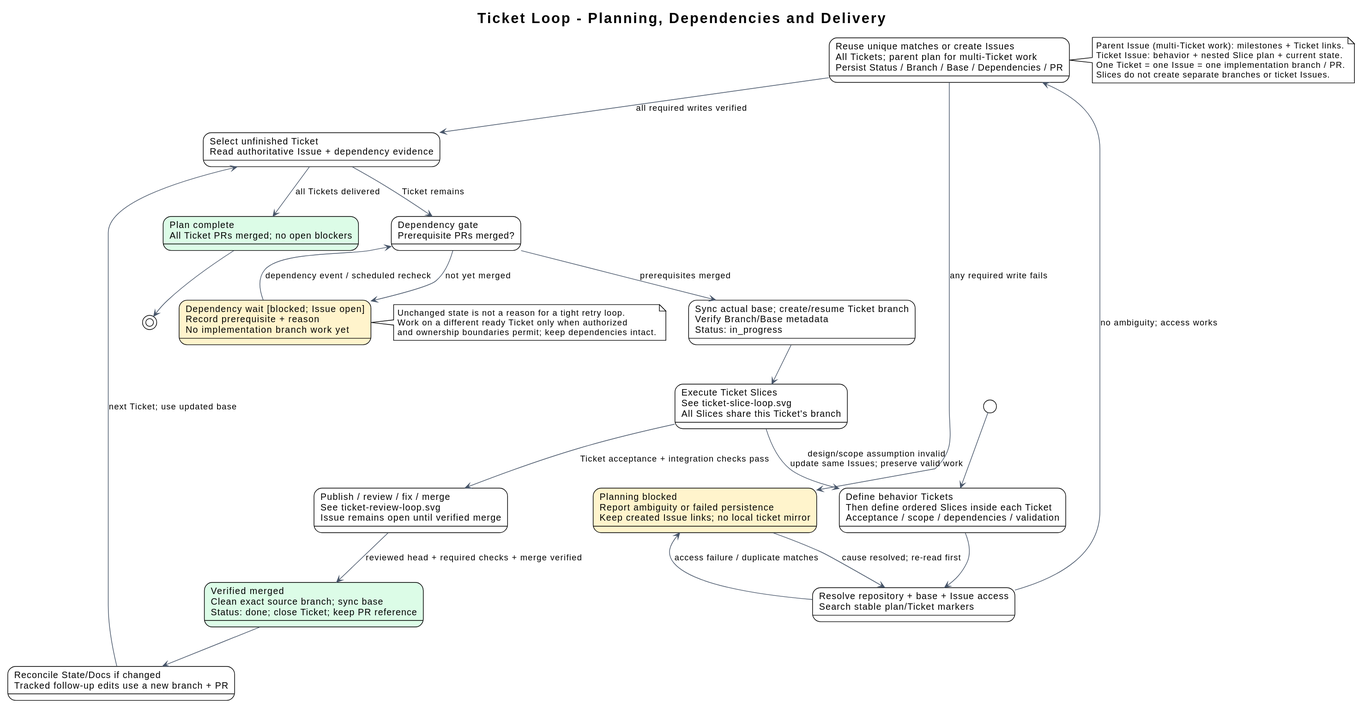
Before: docs/diagrams/ticket-lifecycle.svg, a diagram exported from PlantUML (i-zrhe2016/codex-development-workflow).
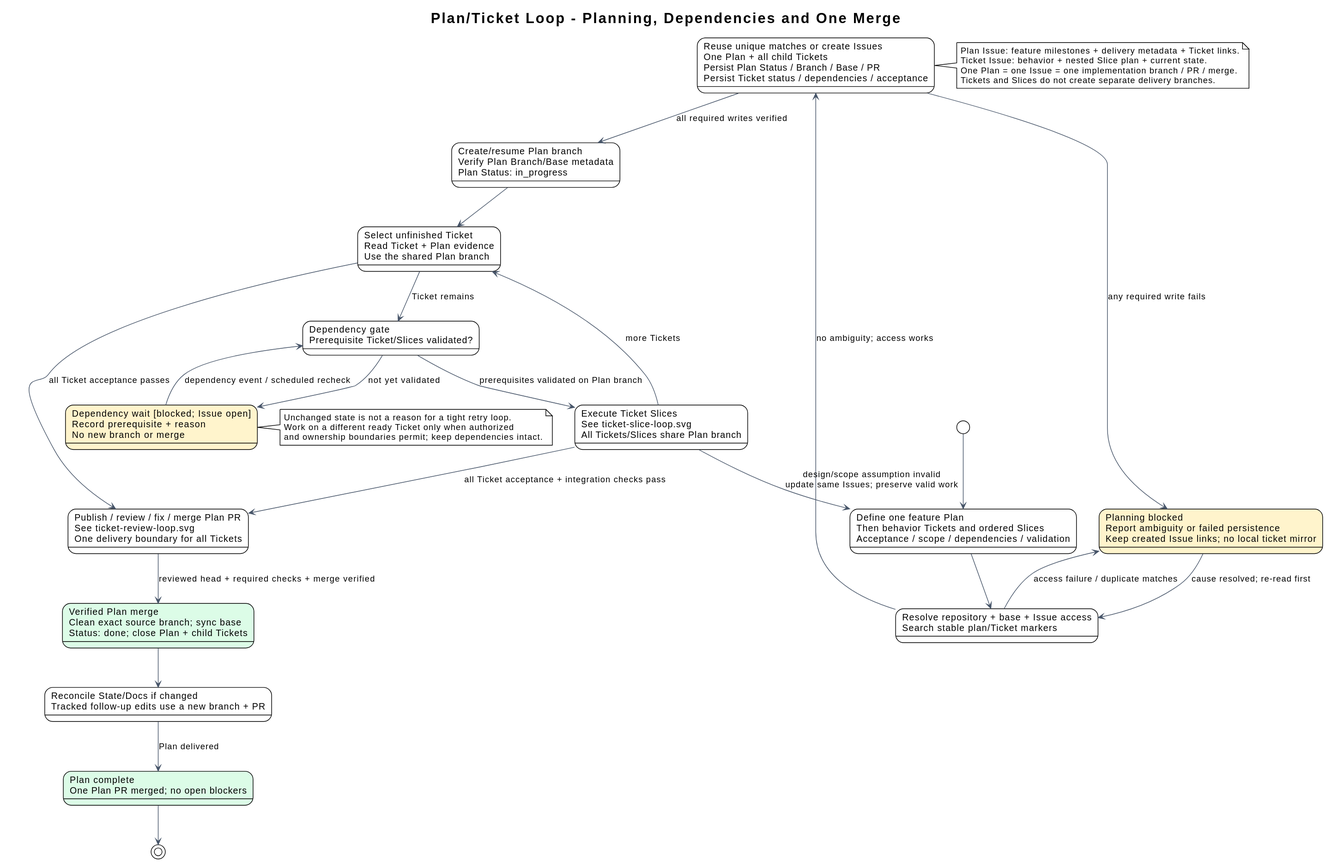
The same diagram one commit later.

The edit, as a diff of the source:
```diff
@@ -3,21 +3,21 @@
 skinparam defaultFontName Arial
 skinparam shadowing false
 skinparam ArrowColor #475569
-title Ticket Loop - Planning, Dependencies and Delivery
+title Plan/Ticket Loop - Planning, Dependencies and One Merge
 
-state "Define behavior Tickets\nThen define ordered Slices inside each Ticket\nAcceptance / scope / dependencies / validation" as plan
+state "Define one feature Plan\nThen behavior Tickets and ordered Slices\nAcceptance / scope / dependencies / validation" as plan
 state "Resolve repository + base + Issue access\nSearch stable plan/Ticket markers" as lookup
-state "Reuse unique matches or create Issues\nAll Tickets; parent plan for multi-Ticket work\nPersist Status / Branch / Base / Dependencies / PR" as persist
+state "Reuse unique matches or create Issues\nOne Plan + all child Tickets\nPersist Plan Status / Branch / Base / PR\nPersist Ticket status / dependencies / acceptance" as persist
 state "Planning blocked\nReport ambiguity or failed persistence\nKeep created Issue links; no local ticket mirror" as plan_blocked #FFF4CC
-state "Select unfinished Ticket\nRead authoritative Issue + dependency evidence" as select
-state "Dependency gate\nPrerequisite PRs merged?" as dependency
-state "Dependency wait [blocked; Issue open]\nRecord prerequisite + reason\nNo implementation branch work yet" as wait_dep #FFF4CC
-state "Sync actual base; create/resume Ticket branch\nVerify Branch/Base metadata\nStatus: in_progress" as branch
-state "Execute Ticket Slices\nSee ticket-slice-loop.svg\nAll Slices share this Ticket's branch" as slices
-state "Publish / review / fix / merge\nSee ticket-review-loop.svg\nIssue remains open until verified merge" as deliver
-state "Verified merged\nClean exact source branch; sync base\nStatus: done; close Ticket; keep PR reference" as done #DCFCE7
+state "Create/resume Plan branch\nVerify Plan Branch/Base metadata\nPlan Status: in_progress" as branch
+state "Select unfinished Ticket\nRead Ticket + Plan evidence\nUse the shared Plan branch" as select
+state "Dependency gate\nPrerequisite Ticket/Slices validated?" as dependency
+state "Dependency wait [blocked; Issue open]\nRecord prerequisite + reason\nNo new branch or merge" as wait_dep #FFF4CC
+state "Execute Ticket Slices\nSee ticket-slice-loop.svg\nAll Tickets/Slices share Plan branch" as slices
+state "Publish / review / fix / merge Plan PR\nSee ticket-review-loop.svg\nOne delivery boundary for all Tickets" as deliver
+state "Verified Plan merge\nClean exact source branch; sync base\nStatus: done; close Plan + child Tickets" as done #DCFCE7
 state "Reconcile State/Docs if changed\nTracked follow-up edits use a new branch + PR" as state_docs
-state "Plan complete\nAll Ticket PRs merged; no open blockers" as complete #DCFCE7
+state "Plan complete\nOne Plan PR merged; no open blockers" as complete #DCFCE7
 
 [*] --> plan
 plan --> lookup
@@ -25,25 +25,26 @@
 lookup --> plan_blocked : access failure / duplicate matches
 persist --> plan_blocked : any required write fails
 plan_blocked --> lookup : cause resolved; re-read first
-persist --> select : all required writes verified
+persist --> branch : all required writes verified
+branch --> select
 select --> dependency : Ticket remains
-select --> complete : all Tickets delivered
-dependency --> wait_dep : not yet merged
+select --> deliver : all Ticket acceptance passes
+dependency --> wait_dep : not yet validated
 wait_dep --> dependency : dependency event / scheduled recheck
-dependency --> branch : prerequisites merged
-branch --> slices
-slices --> deliver : Ticket acceptance + integration checks pass
+dependency --> slices : prerequisites validated on Plan branch
+slices --> select : more Tickets
+slices --> deliver : all Ticket acceptance + integration checks pass
 slices --> plan : design/scope assumption invalid\nupdate same Issues; preserve valid work
 deliver --> done : reviewed head + required checks + merge verified
 done --> state_docs
-state_docs --> select : next Ticket; use updated base
+state_docs --> complete : Plan delivered
 complete --> [*]
 
 note right of persist
-Parent Issue (multi-Ticket work): milestones + Ticket links.
+Plan Issue: feature milestones + delivery metadata + Ticket links.
 Ticket Issue: behavior + nested Slice plan + current state.
-One Ticket = one Issue = one implementation branch / PR.
-Slices do not create separate branches or ticket Issues.
+One Plan = one Issue = one implementation branch / PR / merge.
+Tickets and Slices do not create separate delivery branches.
 end note
 note right of wait_dep
 Unchanged state is not a reason for a tight retry loop.
```
